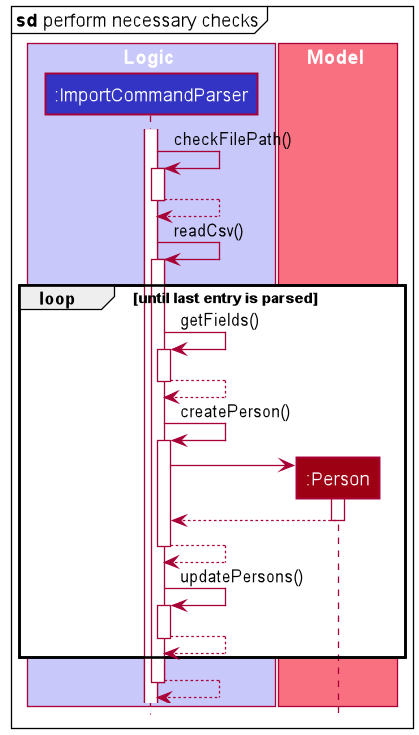
Earlier version of the PlantUML export docs/images/ImportCheckSequenceDiagram.png (rcjj98/tp).
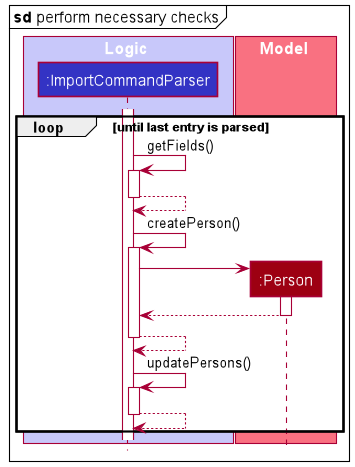
After the commit.

What changed in the source:
```diff
@@ -13,13 +13,6 @@
 
 activate ImportCommandParser
 
-ImportCommandParser -> ImportCommandParser : checkFilePath()
-activate ImportCommandParser
-ImportCommandParser --> ImportCommandParser
-deactivate ImportCommandParser
-
-ImportCommandParser -> ImportCommandParser : readCsv()
-activate ImportCommandParser
 
 loop until last entry is parsed
 ImportCommandParser -> ImportCommandParser : getFields()
@@ -50,7 +43,5 @@
 deactivate ImportCommandParser
 
 end
-ImportCommandParser --> ImportCommandParser
-deactivate ImportCommandParser
 
 @enduml
```
